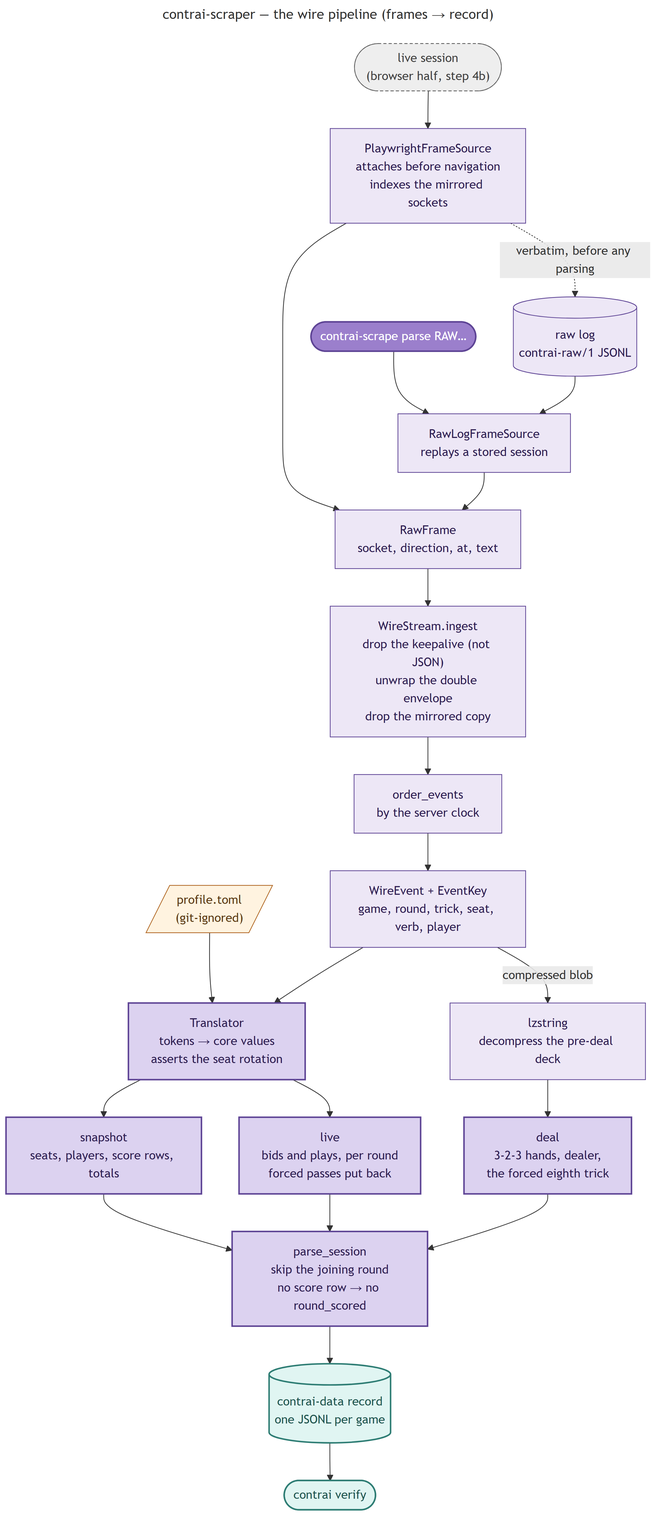
valmathieu/ContrAI keeps this Mermaid diagram as docs/diagrams/flow_wire.png. Above is the earlier version. Its source is kept beside it as docs/diagrams/flow_wire.mmd. The source it was exported from:
```mermaid
---
title: contrai-scraper — the wire pipeline (frames → record)
---
flowchart TD
    Live(["live session<br/>(browser half, step 4b)"]) --> PageSrc
    Replay(["contrai-scrape parse RAW…"]) --> LogSrc

    PageSrc["PlaywrightFrameSource<br/>attaches before navigation<br/>indexes the mirrored sockets"]
    LogSrc["RawLogFrameSource<br/>replays a stored session"]

    PageSrc --> RawFrames["RawFrame<br/>socket, direction, at, text"]
    LogSrc --> RawFrames

    PageSrc -. "verbatim, before any parsing" .-> Log[("raw log<br/>contrai-raw/1 JSONL")]
    Log --> LogSrc

    RawFrames --> Stream["WireStream.ingest<br/>drop the keepalive (not JSON)<br/>unwrap the double envelope<br/>drop the mirrored copy"]
    Stream --> Ordered["order_events<br/>by the server clock"]
    Ordered --> Events["WireEvent + EventKey<br/>game, round, trick, seat, verb, player"]

    Profile[/"profile.toml<br/>(git-ignored)"/] --> Translate
    Translate["Translator<br/>tokens → core values<br/>asserts the seat rotation"]
    Events --> Translate

    Translate --> Snapshot["snapshot<br/>seats, players, score rows, totals"]
    Translate --> LiveEv["live<br/>bids and plays, per round<br/>forced passes put back"]
    Events -- "compressed blob" --> Lz["lzstring<br/>decompress the pre-deal deck"]
    Lz --> Deal
    Deal["deal<br/>3-2-3 hands, dealer,<br/>the forced eighth trick"]

    Snapshot --> Session
    LiveEv --> Session
    Deal --> Session
    Session["parse_session<br/>skip the joining round<br/>no score row → no round_scored"]

    Session --> Record[("contrai-data record<br/>one JSONL per game")]
    Record --> Verify(["contrai verify"])

    classDef entry fill:#9B7FCC,stroke:#5E4495,stroke-width:2px,color:#FFFFFF;
    classDef scraper fill:#EDE7F6,stroke:#5E4495,stroke-width:1px,color:#2E1F52;
    classDef parse fill:#DCD2F0,stroke:#5E4495,stroke-width:2px,color:#2E1F52;
    classDef data fill:#E0F5F2,stroke:#2E7D74,stroke-width:2px,color:#1F544E;
    classDef config fill:#FFF3E0,stroke:#B26A28,stroke-width:1px,color:#5C3A14;
    classDef future fill:#EEEEEE,stroke:#616161,stroke-width:1px,color:#424242,stroke-dasharray:4 3;

    class Replay entry;
    class Live future;
    class PageSrc,LogSrc,RawFrames,Stream,Ordered,Events,Lz,Log scraper;
    class Translate,Snapshot,LiveEv,Deal,Session parse;
    class Record,Verify data;
    class Profile config;
```
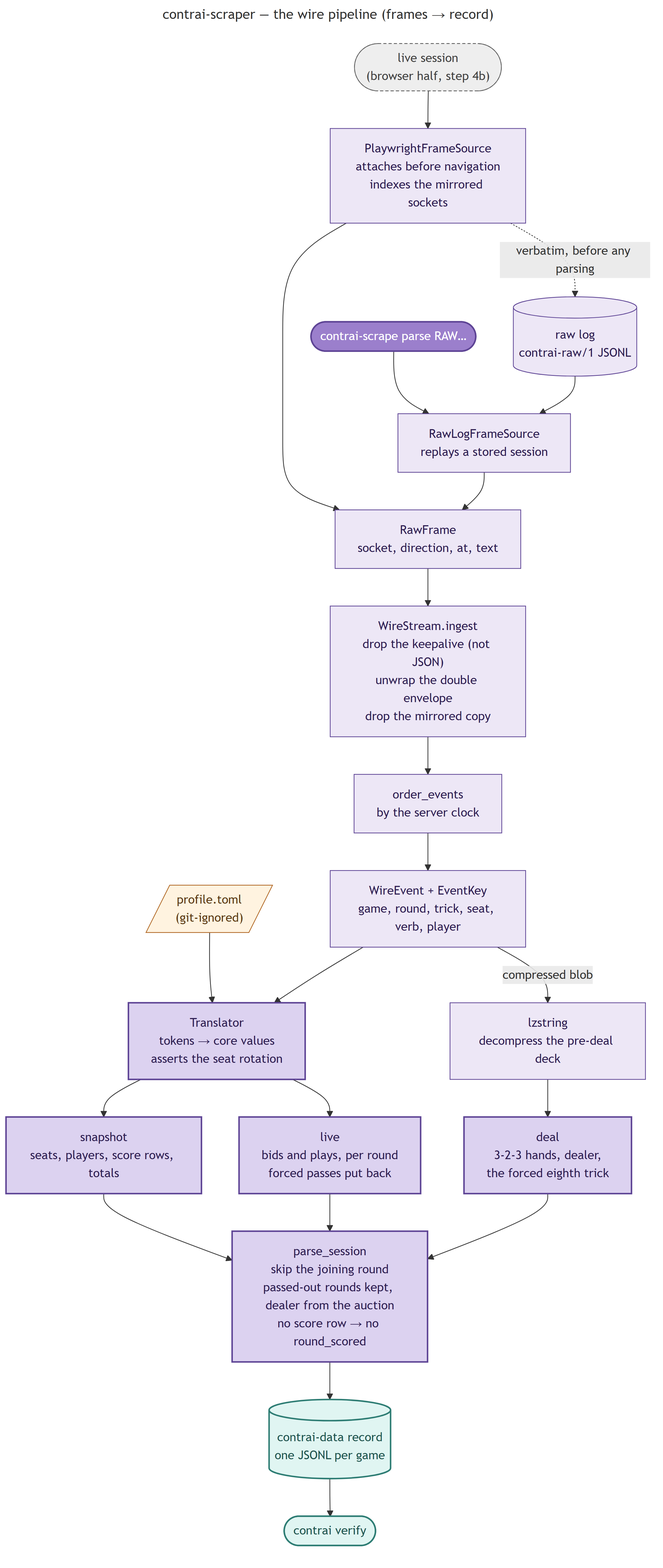
The same file after the commit.

Commit message:
fix(scraper): record passed-out rounds instead of dropping them

What changed in the source:
```diff
@@ -31,7 +31,7 @@
     Snapshot --> Session
     LiveEv --> Session
     Deal --> Session
-    Session["parse_session<br/>skip the joining round<br/>no score row → no round_scored"]
+    Session["parse_session<br/>skip the joining round<br/>passed-out rounds kept, dealer from the auction<br/>no score row → no round_scored"]
 
     Session --> Record[("contrai-data record<br/>one JSONL per game")]
     Record --> Verify(["contrai verify"])
```
